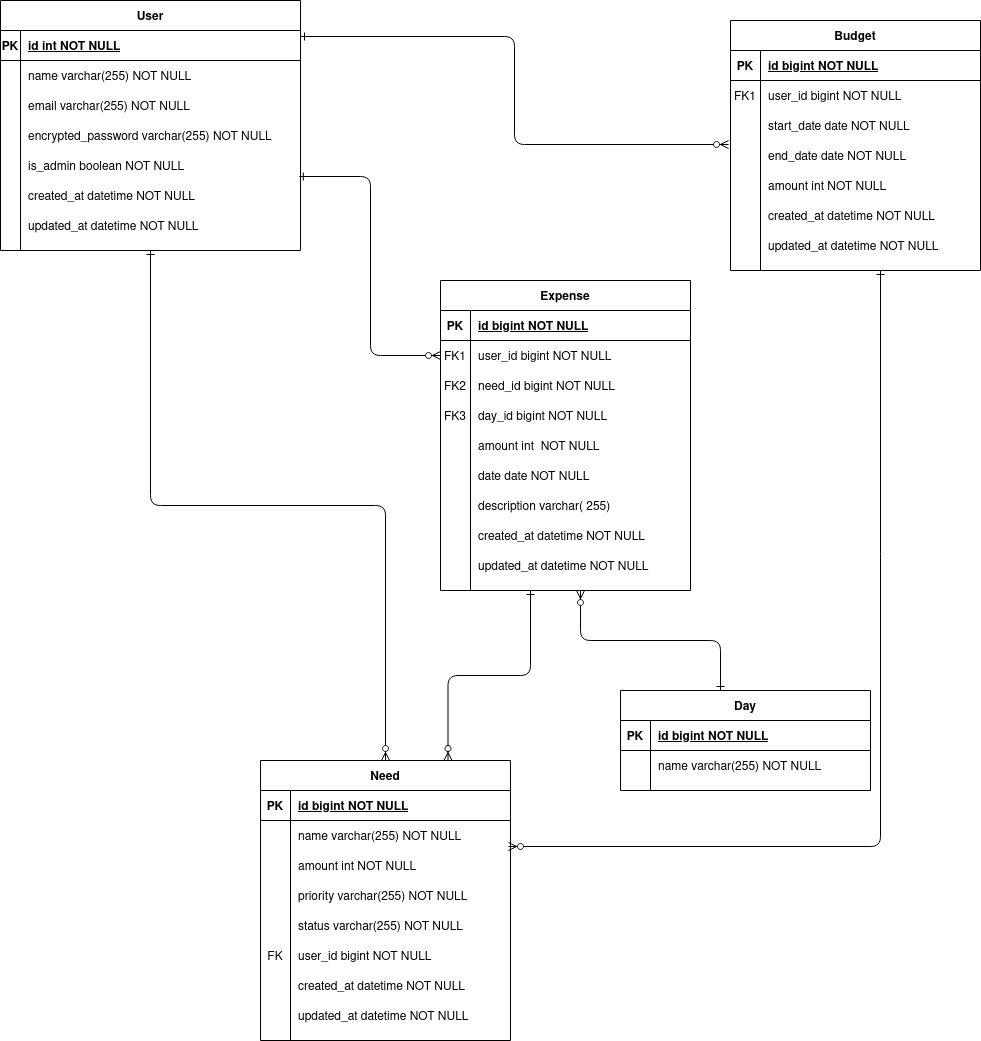
Before: docs/budman_db.drawio.png, a diagram exported from draw.io (eaguidigodo/budman). Source tidied: cells renumbered, new cells last; positions are measured from the earlier drawing's top-left corner, leaving out a move shared by most shapes.
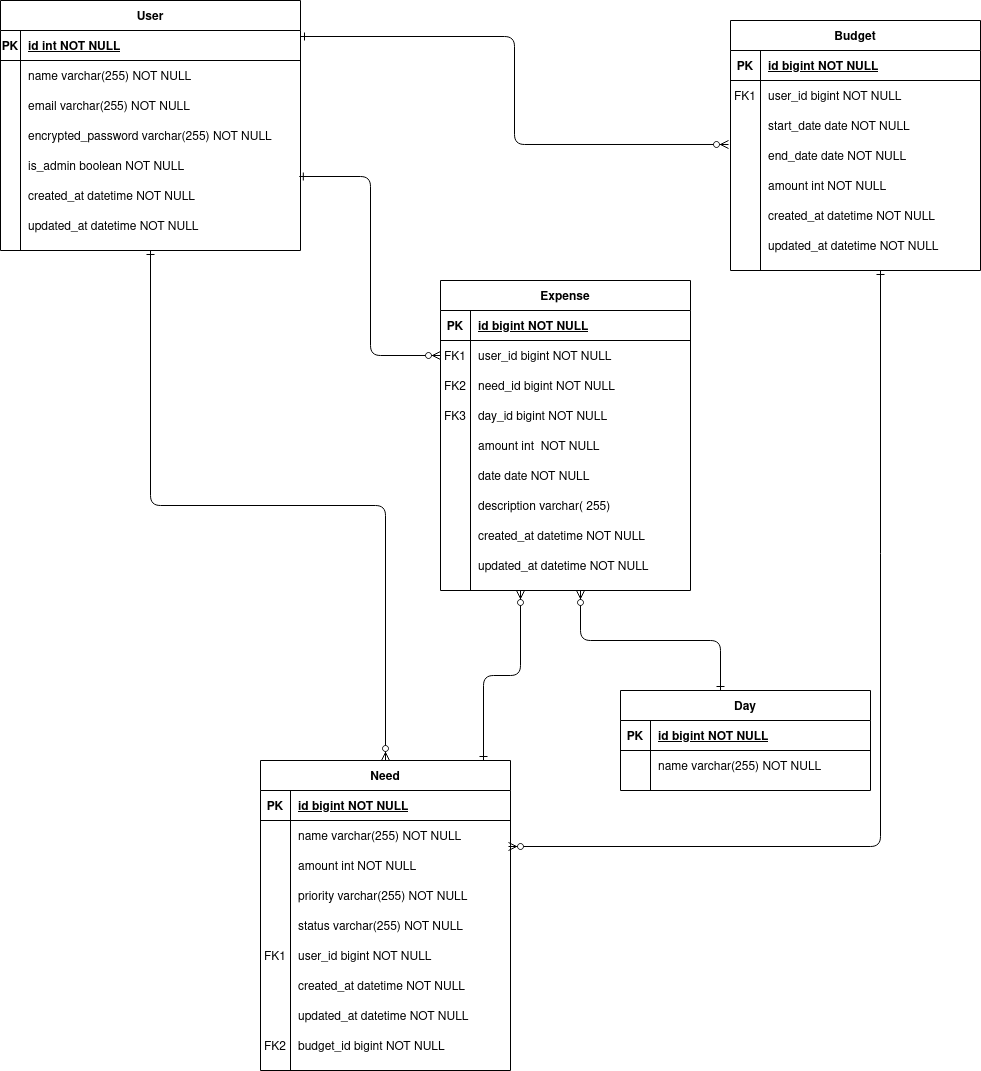
The same file after the commit.

What changed in the source:
```diff
@@ -5,9 +5,9 @@
     <mxCell id="2" style="endArrow=ERzeroToMany;startArrow=ERone;endFill=1;startFill=0;edgeStyle=orthogonalEdgeStyle;exitX=0.996;exitY=0.867;exitDx=0;exitDy=0;exitPerimeter=0;" parent="1" edge="1" source="70" target="8">
       <mxGeometry relative="1" as="geometry" />
     </mxCell>
-    <mxCell id="3" style="endArrow=ERzeroToMany;startArrow=ERone;endFill=1;startFill=0;edgeStyle=elbowEdgeStyle;entryX=0.75;entryY=0;entryDx=0;entryDy=0;elbow=vertical;" parent="1" edge="1" target="32">
+    <mxCell id="3" style="endArrow=ERzeroToMany;startArrow=ERone;endFill=1;startFill=0;edgeStyle=elbowEdgeStyle;exitX=0.892;exitY=0;exitDx=0;exitDy=0;exitPerimeter=0;elbow=vertical;" parent="1" edge="1" source="32">
       <mxGeometry relative="1" as="geometry">
-        <mxPoint x="530" y="590" as="sourcePoint" />
+        <mxPoint x="520" y="590" as="targetPoint" />
       </mxGeometry>
     </mxCell>
     <mxCell id="4" value="Expense" style="shape=table;startSize=30;rowLines=0;fontStyle=1;align=center;" parent="1" vertex="1">
@@ -95,7 +95,7 @@
       <mxGeometry x="30" width="220" height="30" as="geometry" />
     </mxCell>
     <mxCell id="32" value="Need" style="shape=table;startSize=30;rowLines=0;fontStyle=1;align=center;" parent="1" vertex="1">
-      <mxGeometry x="260" y="760" width="250" height="280" as="geometry" />
+      <mxGeometry x="260" y="760" width="250" height="310" as="geometry" />
     </mxCell>
     <mxCell id="33" style="shape=partialRectangle;fillColor=none;top=0;left=0;right=0;bottom=1;" parent="32" vertex="1">
       <mxGeometry y="30" width="250" height="30" as="geometry" />
@@ -145,7 +145,7 @@
     <mxCell id="48" style="shape=partialRectangle;fillColor=none;top=0;left=0;right=0;bottom=0;" parent="32" vertex="1">
       <mxGeometry y="180" width="250" height="30" as="geometry" />
     </mxCell>
-    <mxCell id="49" value="FK" style="shape=partialRectangle;overflow=hidden;fillColor=none;top=0;left=0;bottom=0;right=0;" parent="48" vertex="1">
+    <mxCell id="49" value="FK1" style="shape=partialRectangle;overflow=hidden;fillColor=none;top=0;left=0;bottom=0;right=0;" parent="48" vertex="1">
       <mxGeometry width="30" height="30" as="geometry" />
     </mxCell>
     <mxCell id="50" value="user_id bigint NOT NULL" style="shape=partialRectangle;overflow=hidden;fillColor=none;top=0;left=0;bottom=0;right=0;align=left;spacingLeft=6;" parent="48" vertex="1">
@@ -169,6 +169,15 @@
     <mxCell id="56" value="updated_at datetime NOT NULL" style="shape=partialRectangle;overflow=hidden;fillColor=none;top=0;left=0;bottom=0;right=0;align=left;spacingLeft=6;" parent="54" vertex="1">
       <mxGeometry x="30" width="220" height="30" as="geometry" />
     </mxCell>
+    <mxCell id="112" style="shape=partialRectangle;fillColor=none;top=0;left=0;right=0;bottom=0;" parent="32" vertex="1">
+      <mxGeometry y="270" width="250" height="30" as="geometry" />
+    </mxCell>
+    <mxCell id="113" value="FK2" style="shape=partialRectangle;overflow=hidden;fillColor=none;top=0;left=0;bottom=0;right=0;" parent="112" vertex="1">
+      <mxGeometry width="30" height="30" as="geometry" />
+    </mxCell>
+    <mxCell id="114" value="budget_id bigint NOT NULL" style="shape=partialRectangle;overflow=hidden;fillColor=none;top=0;left=0;bottom=0;right=0;align=left;spacingLeft=6;" parent="112" vertex="1">
+      <mxGeometry x="30" width="220" height="30" as="geometry" />
+    </mxCell>
     <mxCell id="57" value="User" style="shape=table;startSize=30;rowLines=0;fontStyle=1;align=center;" parent="1" vertex="1">
       <mxGeometry width="300" height="250" as="geometry" />
     </mxCell>
```
